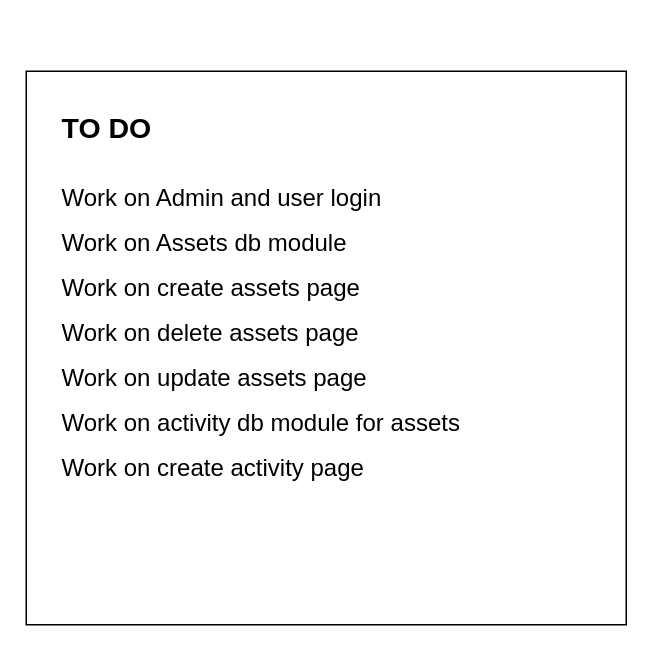
DanUgbeye/cocoa-link keeps this draw.io diagram as to-do.drawio. Above is the earlier version. Source tidied: cells renumbered, new cells numbered last; positions are measured from the earlier drawing's top-left corner, leaving out a move shared by most shapes. Both pictures are drawn from the tidied source at 150%, with x=0, y=0 at pixel (26, 70).
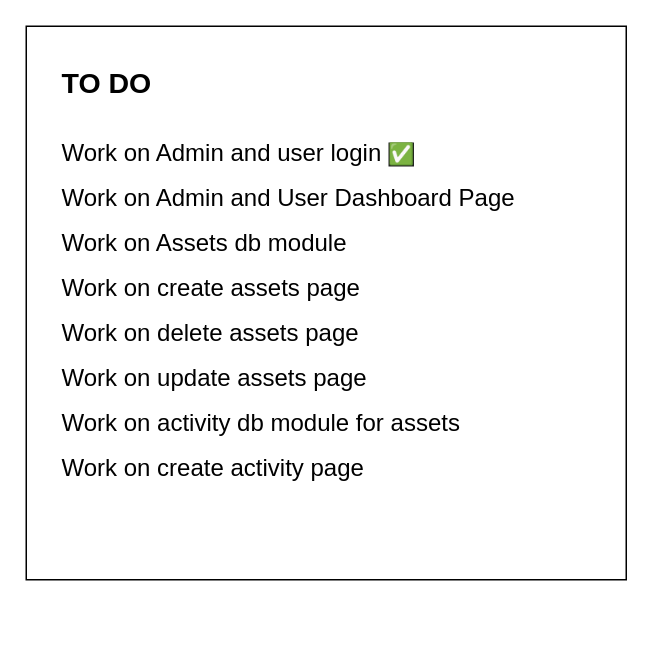
The same diagram, later.

Change to the diagram source:
```diff
@@
 <mxGraphModel>
   <root>
     <mxCell id="0" />
     <mxCell id="1" parent="0" />
     <mxCell id="2" style="rounded=0;whiteSpace=wrap;html=1;" parent="1" vertex="1">
-      <mxGeometry width="400" height="369" as="geometry" />
+      <mxGeometry y="-30" width="400" height="369" as="geometry" />
     </mxCell>
-    <mxCell id="3" value="&lt;div style=&quot;&quot;&gt;&lt;span style=&quot;font-size: 16px; background-color: initial;&quot;&gt;Work on Admin and user login&lt;/span&gt;&lt;/div&gt;" style="text;html=1;align=left;verticalAlign=middle;strokeColor=none;fillColor=none;" parent="1" vertex="1">
-      <mxGeometry x="22" y="69" width="240" height="30" as="geometry" />
+    <mxCell id="3" value="&lt;div style=&quot;&quot;&gt;&lt;span style=&quot;font-size: 16px; background-color: initial;&quot;&gt;Work on Admin and user login&lt;span style=&quot;&quot;&gt;&#9;&lt;/span&gt;&lt;span style=&quot;&quot;&gt;&#9;&lt;/span&gt;&lt;/span&gt;&lt;span style=&quot;color: rgb(206, 145, 120); background-color: rgb(31, 31, 31); font-family: Consolas, &amp;quot;Courier New&amp;quot;, monospace; font-size: 14px;&quot;&gt;✅&lt;/span&gt;&lt;/div&gt;" style="text;html=1;align=left;verticalAlign=middle;strokeColor=none;fillColor=none;" parent="1" vertex="1">
+      <mxGeometry x="22" y="39" width="260" height="30" as="geometry" />
     </mxCell>
     <mxCell id="4" value="&lt;div style=&quot;&quot;&gt;&lt;span style=&quot;font-size: 16px; background-color: initial;&quot;&gt;Work on Assets db module&lt;/span&gt;&lt;/div&gt;" style="text;html=1;align=left;verticalAlign=middle;strokeColor=none;fillColor=none;" parent="1" vertex="1">
       <mxGeometry x="22" y="99" width="210" height="30" as="geometry" />
     </mxCell>
     <mxCell id="5" value="&lt;div style=&quot;&quot;&gt;&lt;span style=&quot;font-size: 16px; background-color: initial;&quot;&gt;Work on create assets page&lt;/span&gt;&lt;/div&gt;" style="text;html=1;align=left;verticalAlign=middle;strokeColor=none;fillColor=none;" parent="1" vertex="1">
       <mxGeometry x="22" y="129" width="220" height="30" as="geometry" />
     </mxCell>
     <mxCell id="6" value="&lt;div style=&quot;&quot;&gt;&lt;span style=&quot;font-size: 16px; background-color: initial;&quot;&gt;Work on delete assets page&lt;/span&gt;&lt;/div&gt;" style="text;html=1;align=left;verticalAlign=middle;strokeColor=none;fillColor=none;" parent="1" vertex="1">
       <mxGeometry x="22" y="159" width="220" height="30" as="geometry" />
     </mxCell>
     <mxCell id="7" value="&lt;div style=&quot;&quot;&gt;&lt;span style=&quot;font-size: 16px; background-color: initial;&quot;&gt;Work on update&amp;nbsp;&lt;/span&gt;&lt;span style=&quot;background-color: initial; font-size: 16px;&quot;&gt;assets page&lt;/span&gt;&lt;/div&gt;" style="text;html=1;align=left;verticalAlign=middle;strokeColor=none;fillColor=none;" parent="1" vertex="1">
       <mxGeometry x="22" y="189" width="230" height="30" as="geometry" />
     </mxCell>
     <mxCell id="8" value="&lt;div style=&quot;&quot;&gt;&lt;span style=&quot;font-size: 16px; background-color: initial;&quot;&gt;Work on activity db module for assets&amp;nbsp;&lt;/span&gt;&lt;/div&gt;" style="text;html=1;align=left;verticalAlign=middle;strokeColor=none;fillColor=none;" parent="1" vertex="1">
       <mxGeometry x="22" y="219" width="290" height="30" as="geometry" />
     </mxCell>
     <mxCell id="9" value="&lt;div style=&quot;&quot;&gt;&lt;span style=&quot;font-size: 16px; background-color: initial;&quot;&gt;Work on create activity page&lt;/span&gt;&lt;/div&gt;" style="text;html=1;align=left;verticalAlign=middle;strokeColor=none;fillColor=none;" parent="1" vertex="1">
       <mxGeometry x="22" y="249" width="230" height="30" as="geometry" />
     </mxCell>
     <mxCell id="10" value="&lt;font style=&quot;font-size: 19px;&quot;&gt;&lt;b&gt;TO DO&lt;/b&gt;&lt;/font&gt;" style="text;html=1;align=left;verticalAlign=middle;strokeColor=none;fillColor=none;" parent="1" vertex="1">
-      <mxGeometry x="22" y="19" width="80" height="40" as="geometry" />
+      <mxGeometry x="22" y="-11" width="80" height="40" as="geometry" />
     </mxCell>
+    <mxCell id="11" value="&lt;div style=&quot;&quot;&gt;&lt;span style=&quot;font-size: 16px; background-color: initial;&quot;&gt;Work on Admin and User Dashboard Page&lt;/span&gt;&lt;/div&gt;" style="text;html=1;align=left;verticalAlign=middle;strokeColor=none;fillColor=none;" parent="1" vertex="1">
+      <mxGeometry x="22" y="69" width="330" height="30" as="geometry" />
+    </mxCell>
   </root>
 </mxGraphModel>
```
